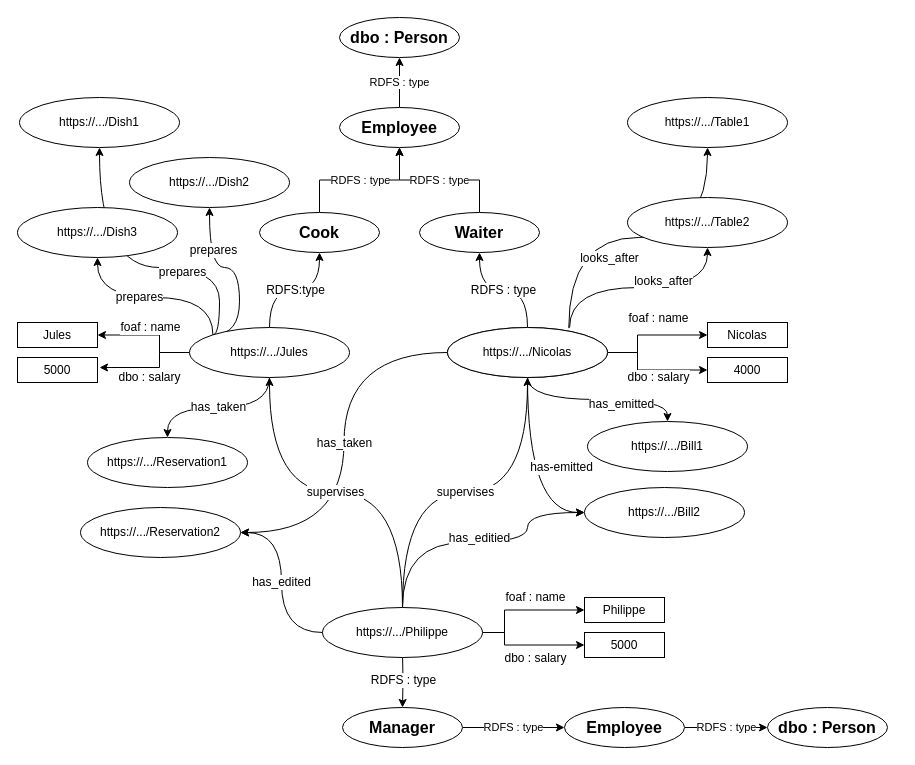
CH-KevinDubois/MAS-RAD-4-WEB-Mini-Projet keeps this draw.io diagram as schema/instanceEmployee.dio. Above is the earlier version. Source tidied: cells renumbered, new cells numbered last; positions are measured from the earlier drawing's top-left corner, leaving out a move shared by most shapes. Both pictures are drawn from the tidied source at 100%, with x=0, y=0 at pixel (17, 17).
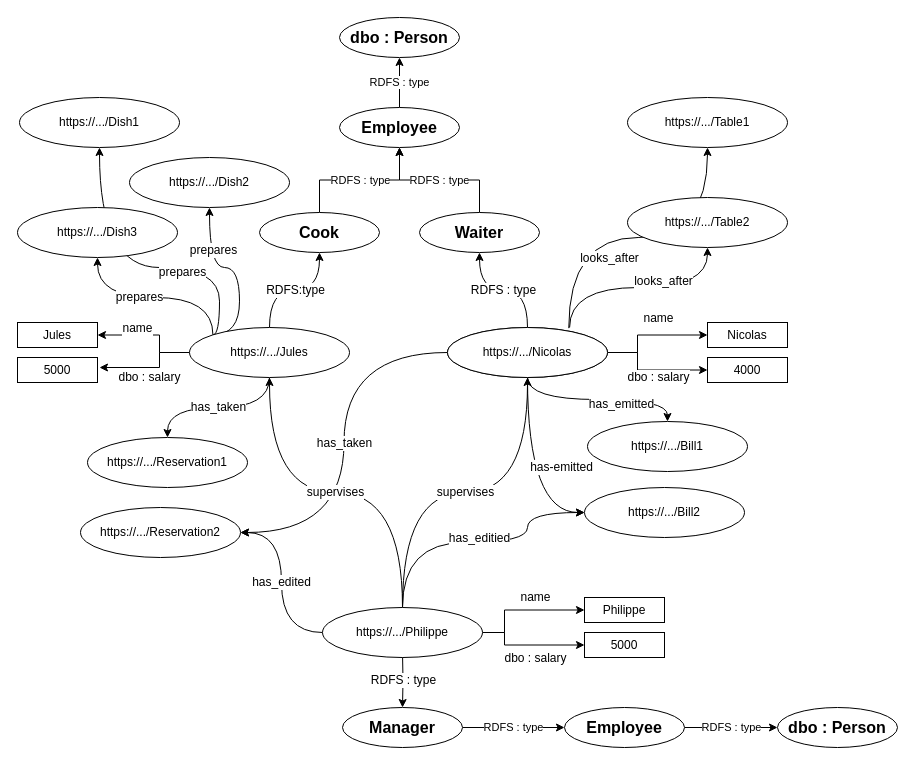
After the change.

The change refers to these unchanged cells:
```xml
<mxCell id="13" value="https://.../Nicolas" style="ellipse;whiteSpace=wrap;html=1;" parent="1" vertex="1">
  <mxGeometry x="430" y="310" width="160" height="50" as="geometry" />
</mxCell>
<mxCell id="32" value="https://.../Philippe" style="ellipse;whiteSpace=wrap;html=1;" parent="1" vertex="1">
  <mxGeometry x="305" y="590" width="160" height="50" as="geometry" />
</mxCell>
<mxCell id="41" value="Nicolas" style="rounded=0;whiteSpace=wrap;html=1;fontSize=12;" parent="1" vertex="1">
  <mxGeometry x="690" y="305" width="80" height="25" as="geometry" />
</mxCell>
<mxCell id="45" value="Philippe" style="rounded=0;whiteSpace=wrap;html=1;fontSize=12;" parent="1" vertex="1">
  <mxGeometry x="567" y="580" width="80" height="25" as="geometry" />
</mxCell>
```

What changed in the source:
```diff
@@
-    <mxCell id="3" value="foaf : name" style="edgeStyle=orthogonalEdgeStyle;rounded=0;jettySize=auto;html=1;entryX=0;entryY=0.5;entryDx=0;entryDy=0;fontSize=12;" parent="1" edge="1" source="13" target="41">
+    <mxCell id="3" value="name" style="edgeStyle=orthogonalEdgeStyle;rounded=0;jettySize=auto;html=1;entryX=0;entryY=0.5;entryDx=0;entryDy=0;fontSize=12;" parent="1" edge="1" source="13" target="41">
       <mxGeometry x="0.15" y="17" relative="1" as="geometry">
         <Array as="points">
           <mxPoint x="620" y="335" />
           <mxPoint x="620" y="317" />
         </Array>
       </mxGeometry>
     </mxCell>
@@
-    <mxCell id="16" value="foaf : name" style="edgeStyle=orthogonalEdgeStyle;rounded=0;orthogonalLoop=1;jettySize=auto;html=1;entryX=1;entryY=0.5;entryDx=0;entryDy=0;fontSize=12;" parent="1" edge="1">
-      <mxGeometry x="0.05" y="-8" relative="1" as="geometry">
+    <mxCell id="16" value="name" style="edgeStyle=orthogonalEdgeStyle;rounded=0;orthogonalLoop=1;jettySize=auto;html=1;entryX=1;entryY=0.5;entryDx=0;entryDy=0;fontSize=12;" parent="1" edge="1">
+      <mxGeometry x="0.27" y="-7" relative="1" as="geometry">
         <mxPoint x="172" y="335" as="sourcePoint" />
         <mxPoint x="80" y="317.5" as="targetPoint" />
         <Array as="points">
           <mxPoint x="142" y="335" />
           <mxPoint x="142" y="317" />
         </Array>
       </mxGeometry>
     </mxCell>
@@
-    <mxCell id="25" value="foaf : name" style="edgeStyle=orthogonalEdgeStyle;rounded=0;jettySize=auto;html=1;entryX=0;entryY=0.5;entryDx=0;entryDy=0;fontSize=12;" parent="1" edge="1" source="32" target="45">
+    <mxCell id="25" value="name" style="edgeStyle=orthogonalEdgeStyle;rounded=0;jettySize=auto;html=1;entryX=0;entryY=0.5;entryDx=0;entryDy=0;fontSize=12;" parent="1" edge="1" source="32" target="45">
       <mxGeometry x="0.2" y="13" relative="1" as="geometry">
         <Array as="points">
           <mxPoint x="487" y="615" />
           <mxPoint x="487" y="593" />
         </Array>
       </mxGeometry>
     </mxCell>
@@
     <mxCell id="60" value="dbo : Person" style="ellipse;whiteSpace=wrap;html=1;fontSize=16;fontStyle=1;" parent="1" vertex="1">
-      <mxGeometry x="750" y="690" width="120" height="40" as="geometry" />
+      <mxGeometry x="760" y="690" width="120" height="40" as="geometry" />
     </mxCell>
```
